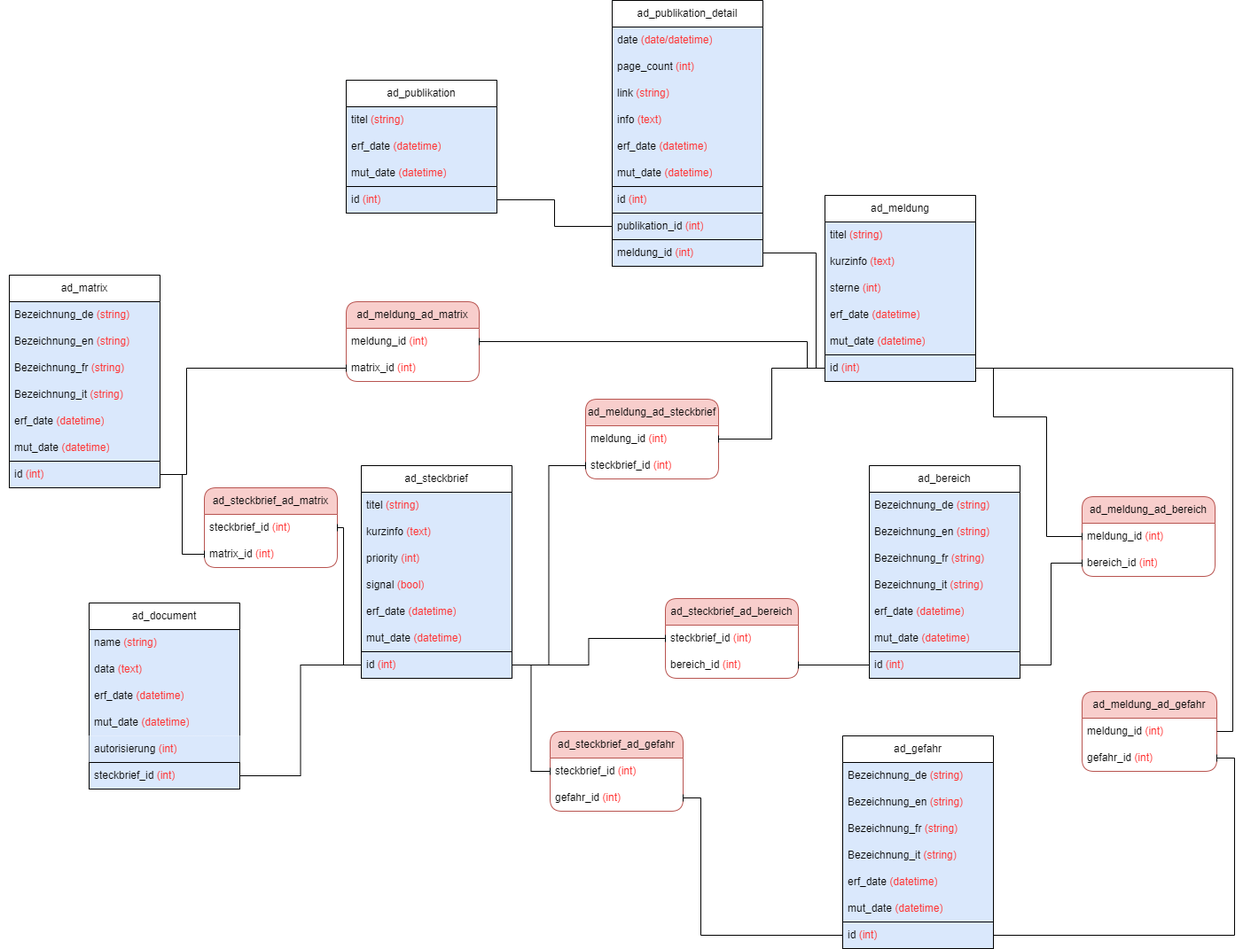
Before: graph.png, a diagram exported from draw.io (BLV-OSAV-USAV/FRESIL-Datenvisualisierung). Source tidied: cells renumbered, new cells last; positions are measured from the earlier drawing's top-left corner, leaving out a move shared by most shapes.
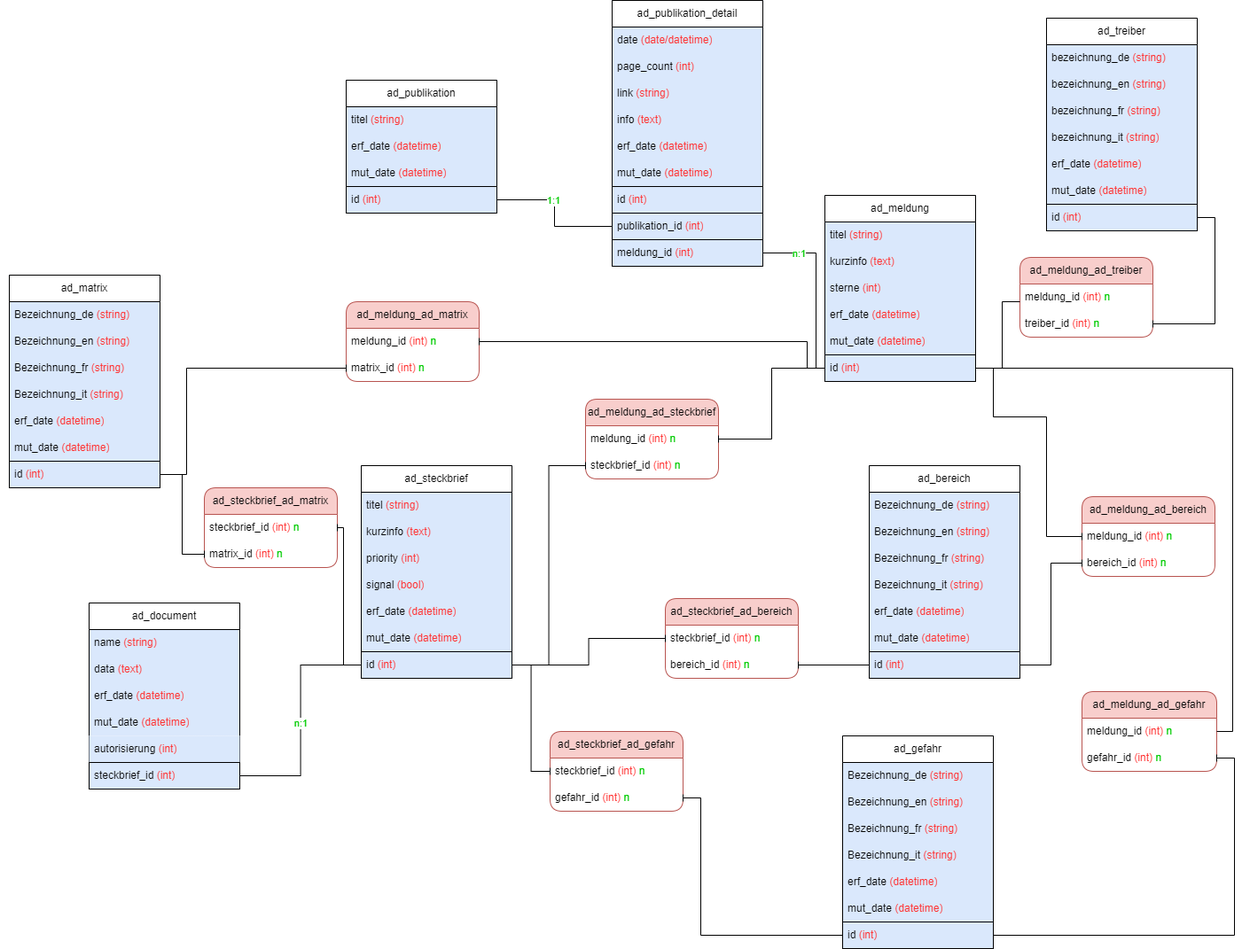
After the commit.

Commit message:
add treiber infos

Change to the diagram source:
```diff
@@ -134,64 +134,64 @@
     <mxCell id="45" value="ad_steckbrief_ad_bereich" style="swimlane;fontStyle=0;horizontal=1;startSize=30;whiteSpace=wrap;html=1;rounded=1;fillColor=#f8cecc;strokeColor=#b85450;" parent="1" vertex="1">
       <mxGeometry x="750" y="675" width="150" height="90" as="geometry" />
     </mxCell>
-    <mxCell id="46" value="steckbrief_id &lt;font color=&quot;#ff3333&quot;&gt;(int)&lt;/font&gt;" style="text;strokeColor=none;fillColor=none;align=left;verticalAlign=middle;spacingLeft=4;spacingRight=4;overflow=hidden;points=[[0,0.5],[1,0.5]];portConstraint=eastwest;whiteSpace=wrap;html=1;" parent="45" vertex="1">
+    <mxCell id="46" value="steckbrief_id &lt;font color=&quot;#ff3333&quot;&gt;(int) &lt;/font&gt;&lt;font color=&quot;#00cc00&quot;&gt;n&lt;/font&gt;" style="text;strokeColor=none;fillColor=none;align=left;verticalAlign=middle;spacingLeft=4;spacingRight=4;overflow=hidden;points=[[0,0.5],[1,0.5]];portConstraint=eastwest;whiteSpace=wrap;html=1;" parent="45" vertex="1">
       <mxGeometry y="30" width="150" height="30" as="geometry" />
     </mxCell>
-    <mxCell id="47" value="bereich_id &lt;font color=&quot;#ff3333&quot;&gt;(int)&lt;/font&gt;" style="text;strokeColor=none;fillColor=none;align=left;verticalAlign=middle;spacingLeft=4;spacingRight=4;overflow=hidden;points=[[0,0.5],[1,0.5]];portConstraint=eastwest;whiteSpace=wrap;html=1;" parent="45" vertex="1">
+    <mxCell id="47" value="bereich_id &lt;font color=&quot;#ff3333&quot;&gt;(int) &lt;/font&gt;&lt;font color=&quot;#00cc00&quot;&gt;n&lt;/font&gt;" style="text;strokeColor=none;fillColor=none;align=left;verticalAlign=middle;spacingLeft=4;spacingRight=4;overflow=hidden;points=[[0,0.5],[1,0.5]];portConstraint=eastwest;whiteSpace=wrap;html=1;" parent="45" vertex="1">
       <mxGeometry y="60" width="150" height="30" as="geometry" />
     </mxCell>
     <mxCell id="48" value="ad_steckbrief_ad_matrix" style="swimlane;fontStyle=0;horizontal=1;startSize=30;whiteSpace=wrap;html=1;rounded=1;fillColor=#f8cecc;strokeColor=#b85450;" parent="1" vertex="1">
       <mxGeometry x="230" y="550" width="150" height="90" as="geometry" />
     </mxCell>
-    <mxCell id="49" value="steckbrief_id &lt;font color=&quot;#ff3333&quot;&gt;(int)&lt;/font&gt;" style="text;strokeColor=none;fillColor=none;align=left;verticalAlign=middle;spacingLeft=4;spacingRight=4;overflow=hidden;points=[[0,0.5],[1,0.5]];portConstraint=eastwest;whiteSpace=wrap;html=1;" parent="48" vertex="1">
+    <mxCell id="49" value="steckbrief_id &lt;font color=&quot;#ff3333&quot;&gt;(int) &lt;/font&gt;&lt;font color=&quot;#00cc00&quot;&gt;n&lt;/font&gt;" style="text;strokeColor=none;fillColor=none;align=left;verticalAlign=middle;spacingLeft=4;spacingRight=4;overflow=hidden;points=[[0,0.5],[1,0.5]];portConstraint=eastwest;whiteSpace=wrap;html=1;" parent="48" vertex="1">
       <mxGeometry y="30" width="150" height="30" as="geometry" />
     </mxCell>
-    <mxCell id="50" value="matrix_id &lt;font color=&quot;#ff3333&quot;&gt;(int)&lt;/font&gt;" style="text;strokeColor=none;fillColor=none;align=left;verticalAlign=middle;spacingLeft=4;spacingRight=4;overflow=hidden;points=[[0,0.5],[1,0.5]];portConstraint=eastwest;whiteSpace=wrap;html=1;" parent="48" vertex="1">
+    <mxCell id="50" value="matrix_id &lt;font color=&quot;#ff3333&quot;&gt;(int) &lt;/font&gt;&lt;font color=&quot;#00cc00&quot;&gt;n&lt;/font&gt;" style="text;strokeColor=none;fillColor=none;align=left;verticalAlign=middle;spacingLeft=4;spacingRight=4;overflow=hidden;points=[[0,0.5],[1,0.5]];portConstraint=eastwest;whiteSpace=wrap;html=1;" parent="48" vertex="1">
       <mxGeometry y="60" width="150" height="30" as="geometry" />
     </mxCell>
     <mxCell id="51" value="ad_meldung_ad_gefahr" style="swimlane;fontStyle=0;horizontal=1;startSize=30;whiteSpace=wrap;html=1;rounded=1;fillColor=#f8cecc;strokeColor=#b85450;" parent="1" vertex="1">
       <mxGeometry x="1220" y="780" width="152" height="90" as="geometry" />
     </mxCell>
-    <mxCell id="52" value="meldung_id&amp;nbsp;&lt;font color=&quot;#ff3333&quot;&gt;(int)&lt;/font&gt;" style="text;strokeColor=none;fillColor=none;align=left;verticalAlign=middle;spacingLeft=4;spacingRight=4;overflow=hidden;points=[[0,0.5],[1,0.5]];portConstraint=eastwest;whiteSpace=wrap;html=1;" parent="51" vertex="1">
+    <mxCell id="52" value="meldung_id&amp;nbsp;&lt;font color=&quot;#ff3333&quot;&gt;(int) &lt;/font&gt;&lt;font color=&quot;#00cc00&quot;&gt;n&lt;/font&gt;" style="text;strokeColor=none;fillColor=none;align=left;verticalAlign=middle;spacingLeft=4;spacingRight=4;overflow=hidden;points=[[0,0.5],[1,0.5]];portConstraint=eastwest;whiteSpace=wrap;html=1;" parent="51" vertex="1">
       <mxGeometry y="30" width="152" height="30" as="geometry" />
     </mxCell>
-    <mxCell id="53" value="gefahr_id&amp;nbsp;&lt;font color=&quot;#ff3333&quot;&gt;(int)&lt;/font&gt;" style="text;strokeColor=none;fillColor=none;align=left;verticalAlign=middle;spacingLeft=4;spacingRight=4;overflow=hidden;points=[[0,0.5],[1,0.5]];portConstraint=eastwest;whiteSpace=wrap;html=1;" parent="51" vertex="1">
+    <mxCell id="53" value="gefahr_id&amp;nbsp;&lt;font color=&quot;#ff3333&quot;&gt;(int) &lt;/font&gt;&lt;font color=&quot;#00cc00&quot;&gt;n&lt;/font&gt;" style="text;strokeColor=none;fillColor=none;align=left;verticalAlign=middle;spacingLeft=4;spacingRight=4;overflow=hidden;points=[[0,0.5],[1,0.5]];portConstraint=eastwest;whiteSpace=wrap;html=1;" parent="51" vertex="1">
       <mxGeometry y="60" width="152" height="30" as="geometry" />
     </mxCell>
     <mxCell id="54" value="ad_meldung_ad_bereich" style="swimlane;fontStyle=0;horizontal=1;startSize=30;whiteSpace=wrap;html=1;rounded=1;fillColor=#f8cecc;strokeColor=#b85450;" parent="1" vertex="1">
       <mxGeometry x="1220" y="560" width="150" height="90" as="geometry" />
     </mxCell>
-    <mxCell id="55" value="meldung_id&amp;nbsp;&lt;font color=&quot;#ff3333&quot;&gt;(int)&lt;/font&gt;" style="text;strokeColor=none;fillColor=none;align=left;verticalAlign=middle;spacingLeft=4;spacingRight=4;overflow=hidden;points=[[0,0.5],[1,0.5]];portConstraint=eastwest;whiteSpace=wrap;html=1;" parent="54" vertex="1">
+    <mxCell id="55" value="meldung_id&amp;nbsp;&lt;font color=&quot;#ff3333&quot;&gt;(int) &lt;/font&gt;&lt;font color=&quot;#00cc00&quot;&gt;n&lt;/font&gt;" style="text;strokeColor=none;fillColor=none;align=left;verticalAlign=middle;spacingLeft=4;spacingRight=4;overflow=hidden;points=[[0,0.5],[1,0.5]];portConstraint=eastwest;whiteSpace=wrap;html=1;" parent="54" vertex="1">
       <mxGeometry y="30" width="150" height="30" as="geometry" />
     </mxCell>
-    <mxCell id="56" value="bereich_id &lt;font color=&quot;#ff3333&quot;&gt;(int)&lt;/font&gt;" style="text;strokeColor=none;fillColor=none;align=left;verticalAlign=middle;spacingLeft=4;spacingRight=4;overflow=hidden;points=[[0,0.5],[1,0.5]];portConstraint=eastwest;whiteSpace=wrap;html=1;" parent="54" vertex="1">
+    <mxCell id="56" value="bereich_id &lt;font color=&quot;#ff3333&quot;&gt;(int) &lt;/font&gt;&lt;font color=&quot;#00cc00&quot;&gt;n&lt;/font&gt;" style="text;strokeColor=none;fillColor=none;align=left;verticalAlign=middle;spacingLeft=4;spacingRight=4;overflow=hidden;points=[[0,0.5],[1,0.5]];portConstraint=eastwest;whiteSpace=wrap;html=1;" parent="54" vertex="1">
       <mxGeometry y="60" width="150" height="30" as="geometry" />
     </mxCell>
     <mxCell id="57" value="ad_steckbrief_ad_gefahr" style="swimlane;fontStyle=0;horizontal=1;startSize=30;whiteSpace=wrap;html=1;rounded=1;fillColor=#f8cecc;strokeColor=#b85450;" parent="1" vertex="1">
       <mxGeometry x="620" y="825" width="150" height="90" as="geometry" />
     </mxCell>
-    <mxCell id="58" value="steckbrief_id&amp;nbsp;&lt;font color=&quot;#ff3333&quot;&gt;(int)&lt;/font&gt;" style="text;strokeColor=none;fillColor=none;align=left;verticalAlign=middle;spacingLeft=4;spacingRight=4;overflow=hidden;points=[[0,0.5],[1,0.5]];portConstraint=eastwest;whiteSpace=wrap;html=1;" parent="57" vertex="1">
+    <mxCell id="58" value="steckbrief_id&amp;nbsp;&lt;font color=&quot;#ff3333&quot;&gt;(int) &lt;/font&gt;&lt;font color=&quot;#00cc00&quot;&gt;n&lt;/font&gt;" style="text;strokeColor=none;fillColor=none;align=left;verticalAlign=middle;spacingLeft=4;spacingRight=4;overflow=hidden;points=[[0,0.5],[1,0.5]];portConstraint=eastwest;whiteSpace=wrap;html=1;" parent="57" vertex="1">
       <mxGeometry y="30" width="150" height="30" as="geometry" />
     </mxCell>
-    <mxCell id="59" value="gefahr_id&amp;nbsp;&lt;font color=&quot;#ff3333&quot;&gt;(int)&lt;/font&gt;" style="text;strokeColor=none;fillColor=none;align=left;verticalAlign=middle;spacingLeft=4;spacingRight=4;overflow=hidden;points=[[0,0.5],[1,0.5]];portConstraint=eastwest;whiteSpace=wrap;html=1;" parent="57" vertex="1">
+    <mxCell id="59" value="gefahr_id&amp;nbsp;&lt;font color=&quot;#ff3333&quot;&gt;(int) &lt;/font&gt;&lt;font color=&quot;#00cc00&quot;&gt;n&lt;/font&gt;" style="text;strokeColor=none;fillColor=none;align=left;verticalAlign=middle;spacingLeft=4;spacingRight=4;overflow=hidden;points=[[0,0.5],[1,0.5]];portConstraint=eastwest;whiteSpace=wrap;html=1;" parent="57" vertex="1">
       <mxGeometry y="60" width="150" height="30" as="geometry" />
     </mxCell>
     <mxCell id="60" value="ad_meldung_ad_steckbrief" style="swimlane;fontStyle=0;horizontal=1;startSize=30;whiteSpace=wrap;html=1;rounded=1;fillColor=#f8cecc;strokeColor=#b85450;" parent="1" vertex="1">
       <mxGeometry x="660" y="450" width="150" height="90" as="geometry" />
     </mxCell>
-    <mxCell id="61" value="meldung_id&amp;nbsp;&lt;font color=&quot;#ff3333&quot;&gt;(int)&lt;/font&gt;" style="text;strokeColor=none;fillColor=none;align=left;verticalAlign=middle;spacingLeft=4;spacingRight=4;overflow=hidden;points=[[0,0.5],[1,0.5]];portConstraint=eastwest;whiteSpace=wrap;html=1;" parent="60" vertex="1">
+    <mxCell id="61" value="meldung_id&amp;nbsp;&lt;font color=&quot;#ff3333&quot;&gt;(int) &lt;/font&gt;&lt;font color=&quot;#00cc00&quot;&gt;n&lt;/font&gt;" style="text;strokeColor=none;fillColor=none;align=left;verticalAlign=middle;spacingLeft=4;spacingRight=4;overflow=hidden;points=[[0,0.5],[1,0.5]];portConstraint=eastwest;whiteSpace=wrap;html=1;" parent="60" vertex="1">
       <mxGeometry y="30" width="150" height="30" as="geometry" />
     </mxCell>
-    <mxCell id="62" value="steckbrief_id&amp;nbsp;&lt;font color=&quot;#ff3333&quot;&gt;(int)&lt;/font&gt;" style="text;strokeColor=none;fillColor=none;align=left;verticalAlign=middle;spacingLeft=4;spacingRight=4;overflow=hidden;points=[[0,0.5],[1,0.5]];portConstraint=eastwest;whiteSpace=wrap;html=1;" parent="60" vertex="1">
+    <mxCell id="62" value="steckbrief_id&amp;nbsp;&lt;font color=&quot;#ff3333&quot;&gt;(int) &lt;/font&gt;&lt;font color=&quot;#00cc00&quot;&gt;n&lt;/font&gt;" style="text;strokeColor=none;fillColor=none;align=left;verticalAlign=middle;spacingLeft=4;spacingRight=4;overflow=hidden;points=[[0,0.5],[1,0.5]];portConstraint=eastwest;whiteSpace=wrap;html=1;" parent="60" vertex="1">
       <mxGeometry y="60" width="150" height="30" as="geometry" />
     </mxCell>
     <mxCell id="63" value="ad_meldung_ad_matrix" style="swimlane;fontStyle=0;horizontal=1;startSize=30;whiteSpace=wrap;html=1;rounded=1;fillColor=#f8cecc;strokeColor=#b85450;" parent="1" vertex="1">
       <mxGeometry x="390" y="340" width="150" height="90" as="geometry" />
     </mxCell>
-    <mxCell id="64" value="meldung_id&amp;nbsp;&lt;font color=&quot;#ff3333&quot;&gt;(int)&lt;/font&gt;" style="text;strokeColor=none;fillColor=none;align=left;verticalAlign=middle;spacingLeft=4;spacingRight=4;overflow=hidden;whiteSpace=wrap;html=1;" parent="63" vertex="1">
+    <mxCell id="64" value="meldung_id&amp;nbsp;&lt;font color=&quot;#ff3333&quot;&gt;(int) &lt;/font&gt;&lt;font color=&quot;#00cc00&quot;&gt;n&amp;nbsp;&lt;/font&gt;" style="text;strokeColor=none;fillColor=none;align=left;verticalAlign=middle;spacingLeft=4;spacingRight=4;overflow=hidden;whiteSpace=wrap;html=1;" parent="63" vertex="1">
       <mxGeometry y="30" width="150" height="30" as="geometry" />
     </mxCell>
-    <mxCell id="65" value="matrix_id&amp;nbsp;&lt;font color=&quot;#ff3333&quot;&gt;(int)&lt;/font&gt;" style="text;strokeColor=none;fillColor=none;align=left;verticalAlign=middle;spacingLeft=4;spacingRight=4;overflow=hidden;points=[[0,0.5],[1,0.5]];portConstraint=eastwest;whiteSpace=wrap;html=1;" parent="63" vertex="1">
+    <mxCell id="65" value="matrix_id&amp;nbsp;&lt;font color=&quot;#ff3333&quot;&gt;(int) &lt;/font&gt;&lt;font color=&quot;#00cc00&quot;&gt;n&lt;/font&gt;" style="text;strokeColor=none;fillColor=none;align=left;verticalAlign=middle;spacingLeft=4;spacingRight=4;overflow=hidden;points=[[0,0.5],[1,0.5]];portConstraint=eastwest;whiteSpace=wrap;html=1;" parent="63" vertex="1">
       <mxGeometry y="60" width="150" height="30" as="geometry" />
     </mxCell>
     <mxCell id="66" style="edgeStyle=orthogonalEdgeStyle;rounded=0;jettySize=auto;html=1;entryX=0;entryY=0.5;entryDx=0;entryDy=0;endArrow=baseDash;endFill=0;exitX=1;exitY=0.5;exitDx=0;exitDy=0;" parent="1" edge="1" source="93" target="65">
@@ -296,12 +296,23 @@
         </Array>
       </mxGeometry>
     </mxCell>
+    <mxCell id="111" value="n:1" style="edgeLabel;html=1;align=center;verticalAlign=middle;fontColor=#00CC00;" parent="89" vertex="1">
+      <mxGeometry x="-0.43" y="-1" relative="1" as="geometry">
+        <mxPoint x="-17" y="-1" as="offset" />
+      </mxGeometry>
+    </mxCell>
     <mxCell id="90" style="edgeStyle=orthogonalEdgeStyle;rounded=0;jettySize=auto;html=1;exitX=1;exitY=0.5;exitDx=0;exitDy=0;entryX=0;entryY=0.5;entryDx=0;entryDy=0;endArrow=baseDash;endFill=0;fillColor=#e1d5e7;strokeColor=#000000;" parent="1" edge="1" source="110" target="36">
       <mxGeometry relative="1" as="geometry" />
     </mxCell>
+    <mxCell id="112" value="&lt;font color=&quot;#00cc00&quot;&gt;n:1&lt;/font&gt;" style="edgeLabel;html=1;align=center;verticalAlign=middle;" parent="90" vertex="1">
+      <mxGeometry x="-0.02" relative="1" as="geometry" />
+    </mxCell>
     <mxCell id="91" style="edgeStyle=orthogonalEdgeStyle;rounded=0;jettySize=auto;html=1;exitX=0;exitY=0.5;exitDx=0;exitDy=0;entryX=1;entryY=0.5;entryDx=0;entryDy=0;endArrow=baseDash;endFill=0;" parent="1" edge="1" source="82" target="101">
       <mxGeometry relative="1" as="geometry" />
     </mxCell>
+    <mxCell id="113" value="1:1" style="edgeLabel;html=1;align=center;verticalAlign=middle;fontColor=#00CC00;" parent="91" vertex="1">
+      <mxGeometry x="0.22" relative="1" as="geometry" />
+    </mxCell>
     <mxCell id="92" style="edgeStyle=orthogonalEdgeStyle;rounded=0;jettySize=auto;html=1;entryX=0;entryY=0.5;entryDx=0;entryDy=0;endArrow=baseDash;endFill=0;exitX=1;exitY=0.5;exitDx=0;exitDy=0;" parent="1" edge="1" source="18" target="55">
       <mxGeometry relative="1" as="geometry">
         <Array as="points">
@@ -366,5 +377,54 @@
     <mxCell id="110" value="steckbrief_id&amp;nbsp;&lt;font color=&quot;#ff3333&quot;&gt;(int)&lt;/font&gt;" style="text;strokeColor=#000000;fillColor=#dae8fc;align=left;verticalAlign=middle;spacingLeft=4;spacingRight=4;overflow=hidden;points=[[0,0.5],[1,0.5]];portConstraint=eastwest;whiteSpace=wrap;html=1;perimeterSpacing=0;strokeWidth=1;rounded=0;glass=0;shadow=0;" parent="104" vertex="1">
       <mxGeometry y="180" width="170" height="30" as="geometry" />
     </mxCell>
+    <mxCell id="114" style="group;fillColor=#dae8fc;strokeColor=#6c8ebf;" parent="1" vertex="1">
+      <mxGeometry x="1180" y="20" width="170" height="240" as="geometry" />
+    </mxCell>
+    <mxCell id="115" value="id &lt;font color=&quot;#ff3333&quot;&gt;(int)&lt;/font&gt;" style="text;strokeColor=default;fillColor=none;align=left;verticalAlign=middle;spacingLeft=4;spacingRight=4;overflow=hidden;points=[[0,0.5],[1,0.5]];portConstraint=eastwest;whiteSpace=wrap;html=1;" parent="114" vertex="1">
+      <mxGeometry y="210" width="170" height="30" as="geometry" />
+    </mxCell>
+    <mxCell id="116" value="ad_treiber" style="swimlane;fontStyle=0;horizontal=1;startSize=30;whiteSpace=wrap;html=1;" parent="114" vertex="1">
+      <mxGeometry width="170" height="210" as="geometry" />
+    </mxCell>
+    <mxCell id="117" value="bezeichnung_de &lt;font color=&quot;#ff3333&quot;&gt;(string)&lt;/font&gt;" style="text;strokeColor=none;fillColor=none;align=left;verticalAlign=middle;spacingLeft=4;spacingRight=4;overflow=hidden;whiteSpace=wrap;html=1;" parent="116" vertex="1">
+      <mxGeometry y="30" width="170" height="30" as="geometry" />
+    </mxCell>
+    <mxCell id="118" value="bezeichnung_en&amp;nbsp;&lt;font color=&quot;#ff3333&quot;&gt;(string)&lt;/font&gt;" style="text;strokeColor=none;fillColor=none;align=left;verticalAlign=middle;spacingLeft=4;spacingRight=4;overflow=hidden;whiteSpace=wrap;html=1;" parent="116" vertex="1">
+      <mxGeometry y="60" width="170" height="30" as="geometry" />
+    </mxCell>
+    <mxCell id="119" value="bezeichnung_fr&amp;nbsp;&lt;font color=&quot;#ff3333&quot;&gt;(string)&lt;/font&gt;" style="text;strokeColor=none;fillColor=none;align=left;verticalAlign=middle;spacingLeft=4;spacingRight=4;overflow=hidden;whiteSpace=wrap;html=1;" parent="116" vertex="1">
+      <mxGeometry y="90" width="170" height="30" as="geometry" />
+    </mxCell>
+    <mxCell id="120" value="bezeichnung_it&amp;nbsp;&lt;font color=&quot;#ff3333&quot;&gt;(string)&lt;/font&gt;" style="text;strokeColor=none;fillColor=none;align=left;verticalAlign=middle;spacingLeft=4;spacingRight=4;overflow=hidden;whiteSpace=wrap;html=1;" parent="116" vertex="1">
+      <mxGeometry y="120" width="170" height="30" as="geometry" />
+    </mxCell>
+    <mxCell id="121" value="erf_date &lt;font color=&quot;#ff3333&quot;&gt;(datetime)&lt;/font&gt;" style="text;strokeColor=none;fillColor=none;align=left;verticalAlign=middle;spacingLeft=4;spacingRight=4;overflow=hidden;whiteSpace=wrap;html=1;" parent="116" vertex="1">
+      <mxGeometry y="150" width="170" height="30" as="geometry" />
+    </mxCell>
+    <mxCell id="122" value="mut_date &lt;font color=&quot;#ff3333&quot;&gt;(datetime)&lt;/font&gt;" style="text;strokeColor=none;fillColor=none;align=left;verticalAlign=middle;spacingLeft=4;spacingRight=4;overflow=hidden;whiteSpace=wrap;html=1;" parent="116" vertex="1">
+      <mxGeometry y="180" width="170" height="30" as="geometry" />
+    </mxCell>
+    <mxCell id="123" value="ad_meldung_ad_treiber" style="swimlane;fontStyle=0;horizontal=1;startSize=30;whiteSpace=wrap;html=1;rounded=1;fillColor=#f8cecc;strokeColor=#b85450;" parent="1" vertex="1">
+      <mxGeometry x="1150" y="290" width="150" height="90" as="geometry" />
+    </mxCell>
+    <mxCell id="124" value="meldung_id&amp;nbsp;&lt;font color=&quot;#ff3333&quot;&gt;(int) &lt;/font&gt;&lt;font color=&quot;#00cc00&quot;&gt;n&lt;/font&gt;" style="text;strokeColor=none;fillColor=none;align=left;verticalAlign=middle;spacingLeft=4;spacingRight=4;overflow=hidden;whiteSpace=wrap;html=1;" parent="123" vertex="1">
+      <mxGeometry y="30" width="150" height="30" as="geometry" />
+    </mxCell>
+    <mxCell id="125" value="treiber_id &lt;font color=&quot;#ff3333&quot;&gt;(int) &lt;/font&gt;&lt;font color=&quot;#00cc00&quot;&gt;n&lt;/font&gt;" style="text;strokeColor=none;fillColor=none;align=left;verticalAlign=middle;spacingLeft=4;spacingRight=4;overflow=hidden;points=[[0,0.5],[1,0.5]];portConstraint=eastwest;whiteSpace=wrap;html=1;" parent="123" vertex="1">
+      <mxGeometry y="60" width="150" height="30" as="geometry" />
+    </mxCell>
+    <mxCell id="126" style="edgeStyle=orthogonalEdgeStyle;rounded=0;jettySize=auto;html=1;exitX=1;exitY=0.5;exitDx=0;exitDy=0;entryX=1;entryY=0.5;entryDx=0;entryDy=0;endArrow=baseDash;endFill=0;" parent="1" edge="1" source="115" target="125">
+      <mxGeometry relative="1" as="geometry" />
+    </mxCell>
+    <mxCell id="127" style="edgeStyle=orthogonalEdgeStyle;rounded=0;orthogonalLoop=1;jettySize=auto;html=1;endArrow=baseDash;endFill=0;" parent="1" edge="1">
+      <mxGeometry relative="1" as="geometry">
+        <mxPoint x="1150" y="340" as="sourcePoint" />
+        <mxPoint x="1100" y="415" as="targetPoint" />
+        <Array as="points">
+          <mxPoint x="1130" y="340" />
+          <mxPoint x="1130" y="415" />
+        </Array>
+      </mxGeometry>
+    </mxCell>
   </root>
 </mxGraphModel>
```
